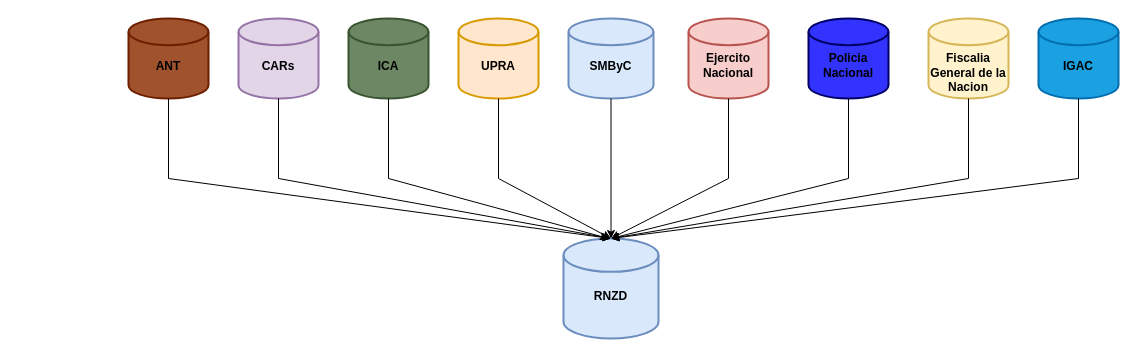
jcmartinmu/bayes_cluster keeps this draw.io diagram as page "Fuentes-Informacion-RNZD" (1 of 2) of Data-flow.drawio. Above is the earlier version. Source tidied: cells renumbered, new cells numbered last; positions are measured from the earlier drawing's top-left corner, leaving out a move shared by most shapes. Both pictures are drawn from the tidied source at 100%, with x=0, y=0 at pixel (128, 18).
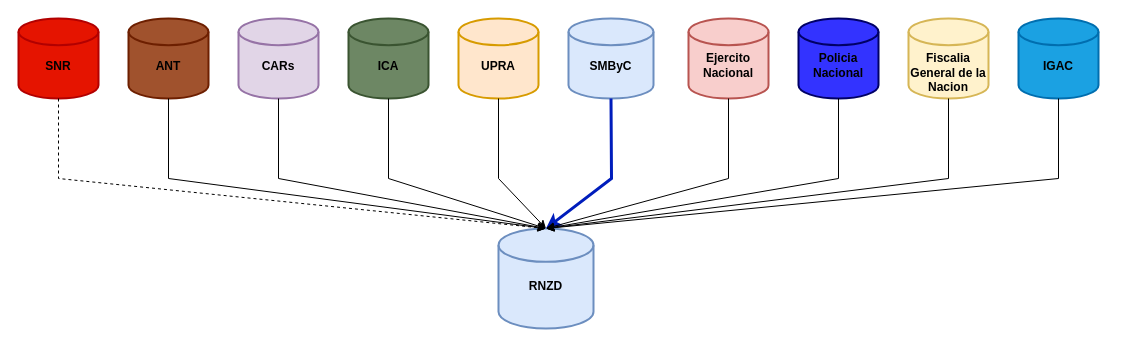
After the change.

Unchanged cells that the change refers to:
```xml
<mxCell id="3" value="&lt;b&gt;&lt;br&gt;SMByC&lt;/b&gt;" style="strokeWidth=2;html=1;shape=mxgraph.flowchart.database;whiteSpace=wrap;fillColor=#dae8fc;strokeColor=#6c8ebf;" parent="1" vertex="1">
  <mxGeometry x="440" width="85" height="80" as="geometry" />
</mxCell>
<mxCell id="6" value="&lt;b&gt;&lt;font color=&quot;#000000&quot;&gt;&lt;br&gt;ICA&lt;/font&gt;&lt;/b&gt;" style="strokeWidth=2;html=1;shape=mxgraph.flowchart.database;whiteSpace=wrap;fillColor=#6d8764;fontColor=#ffffff;strokeColor=#3A5431;" parent="1" vertex="1">
  <mxGeometry x="220" width="80" height="80" as="geometry" />
</mxCell>
```

The edit, as a diff of the source:
```diff
@@
     <mxCell id="2" value="&lt;b&gt;&lt;br&gt;RNZD&lt;/b&gt;" style="strokeWidth=2;html=1;shape=mxgraph.flowchart.database;whiteSpace=wrap;fillColor=#dae8fc;strokeColor=#6c8ebf;" parent="1" vertex="1">
-      <mxGeometry x="435" y="220" width="95" height="100" as="geometry" />
+      <mxGeometry x="370" y="210" width="95" height="100" as="geometry" />
     </mxCell>
@@
     <mxCell id="9" value="&lt;b&gt;&lt;font color=&quot;#000000&quot;&gt;&lt;br&gt;Policia Nacional&lt;/font&gt;&lt;/b&gt;" style="strokeWidth=2;html=1;shape=mxgraph.flowchart.database;whiteSpace=wrap;fillColor=#3333FF;strokeColor=#000066;fontColor=#ffffff;" parent="1" vertex="1">
-      <mxGeometry x="680" width="80" height="80" as="geometry" />
+      <mxGeometry x="670" width="80" height="80" as="geometry" />
     </mxCell>
     <mxCell id="10" value="&lt;b&gt;&lt;br&gt;&lt;br&gt;Fiscalia General de la Nacion&lt;/b&gt;" style="strokeWidth=2;html=1;shape=mxgraph.flowchart.database;whiteSpace=wrap;fillColor=#fff2cc;strokeColor=#d6b656;" parent="1" vertex="1">
-      <mxGeometry x="800" width="80" height="80" as="geometry" />
+      <mxGeometry x="780" width="80" height="80" as="geometry" />
     </mxCell>
     <mxCell id="11" value="&lt;b&gt;&lt;font color=&quot;#000000&quot;&gt;&lt;br&gt;IGAC&lt;/font&gt;&lt;/b&gt;" style="strokeWidth=2;html=1;shape=mxgraph.flowchart.database;whiteSpace=wrap;fillColor=#1ba1e2;fontColor=#ffffff;strokeColor=#006EAF;" parent="1" vertex="1">
-      <mxGeometry x="910" width="80" height="80" as="geometry" />
+      <mxGeometry x="890" width="80" height="80" as="geometry" />
     </mxCell>
-    <mxCell id="12" style="endArrow=classic;html=1;rounded=0;exitX=0.5;exitY=1;exitDx=0;exitDy=0;exitPerimeter=0;entryX=0.5;entryY=0;entryDx=0;entryDy=0;entryPerimeter=0;" parent="1" edge="1" source="3" target="2">
-      <mxGeometry relative="1" as="geometry" />
+    <mxCell id="12" style="endArrow=classic;html=1;rounded=0;exitX=0.5;exitY=1;exitDx=0;exitDy=0;exitPerimeter=0;entryX=0.5;entryY=0;entryDx=0;entryDy=0;entryPerimeter=0;strokeWidth=3;fillColor=#0050ef;strokeColor=#001DBC;" parent="1" edge="1" source="3" target="2">
+      <mxGeometry relative="1" as="geometry">
+        <Array as="points">
+          <mxPoint x="483" y="160" />
+        </Array>
+      </mxGeometry>
     </mxCell>
@@
-    <mxCell id="14" style="endArrow=classic;html=1;rounded=0;exitX=0.5;exitY=1;exitDx=0;exitDy=0;exitPerimeter=0;" parent="1" edge="1" source="6">
+    <mxCell id="14" style="endArrow=classic;html=1;rounded=0;exitX=0.5;exitY=1;exitDx=0;exitDy=0;exitPerimeter=0;entryX=0.5;entryY=0;entryDx=0;entryDy=0;entryPerimeter=0;" parent="1" edge="1" source="6" target="2">
       <mxGeometry relative="1" as="geometry">
-        <mxPoint x="480" y="220" as="targetPoint" />
         <Array as="points">
           <mxPoint x="260" y="160" />
         </Array>
       </mxGeometry>
     </mxCell>
@@
     <mxCell id="18" style="endArrow=classic;html=1;rounded=0;exitX=0.5;exitY=1;exitDx=0;exitDy=0;exitPerimeter=0;entryX=0.5;entryY=0;entryDx=0;entryDy=0;entryPerimeter=0;" parent="1" edge="1" source="9" target="2">
       <mxGeometry relative="1" as="geometry">
         <Array as="points">
-          <mxPoint x="720" y="160" />
+          <mxPoint x="710" y="160" />
         </Array>
       </mxGeometry>
     </mxCell>
     <mxCell id="19" style="endArrow=classic;html=1;rounded=0;exitX=0.5;exitY=1;exitDx=0;exitDy=0;exitPerimeter=0;entryX=0.5;entryY=0;entryDx=0;entryDy=0;entryPerimeter=0;" parent="1" edge="1" source="10" target="2">
       <mxGeometry relative="1" as="geometry">
         <Array as="points">
-          <mxPoint x="840" y="160" />
+          <mxPoint x="820" y="160" />
         </Array>
       </mxGeometry>
     </mxCell>
     <mxCell id="20" style="endArrow=classic;html=1;rounded=0;exitX=0.5;exitY=1;exitDx=0;exitDy=0;exitPerimeter=0;entryX=0.5;entryY=0;entryDx=0;entryDy=0;entryPerimeter=0;" parent="1" edge="1" source="11" target="2">
       <mxGeometry relative="1" as="geometry">
         <Array as="points">
-          <mxPoint x="950" y="160" />
+          <mxPoint x="930" y="160" />
         </Array>
       </mxGeometry>
     </mxCell>
+    <mxCell id="21" value="&lt;br&gt;&lt;b&gt;&lt;font color=&quot;#000000&quot;&gt;SNR&lt;/font&gt;&lt;/b&gt;" style="strokeWidth=2;html=1;shape=mxgraph.flowchart.database;whiteSpace=wrap;fillColor=#e51400;fontColor=#ffffff;strokeColor=#B20000;" parent="1" vertex="1">
+      <mxGeometry x="-110" width="80" height="80" as="geometry" />
+    </mxCell>
+    <mxCell id="22" style="endArrow=classic;html=1;rounded=0;exitX=0.5;exitY=1;exitDx=0;exitDy=0;exitPerimeter=0;dashed=1;entryX=0.5;entryY=0;entryDx=0;entryDy=0;entryPerimeter=0;" parent="1" edge="1" source="21" target="2">
+      <mxGeometry relative="1" as="geometry">
+        <Array as="points">
+          <mxPoint x="-70" y="160" />
+        </Array>
+      </mxGeometry>
+    </mxCell>
```
